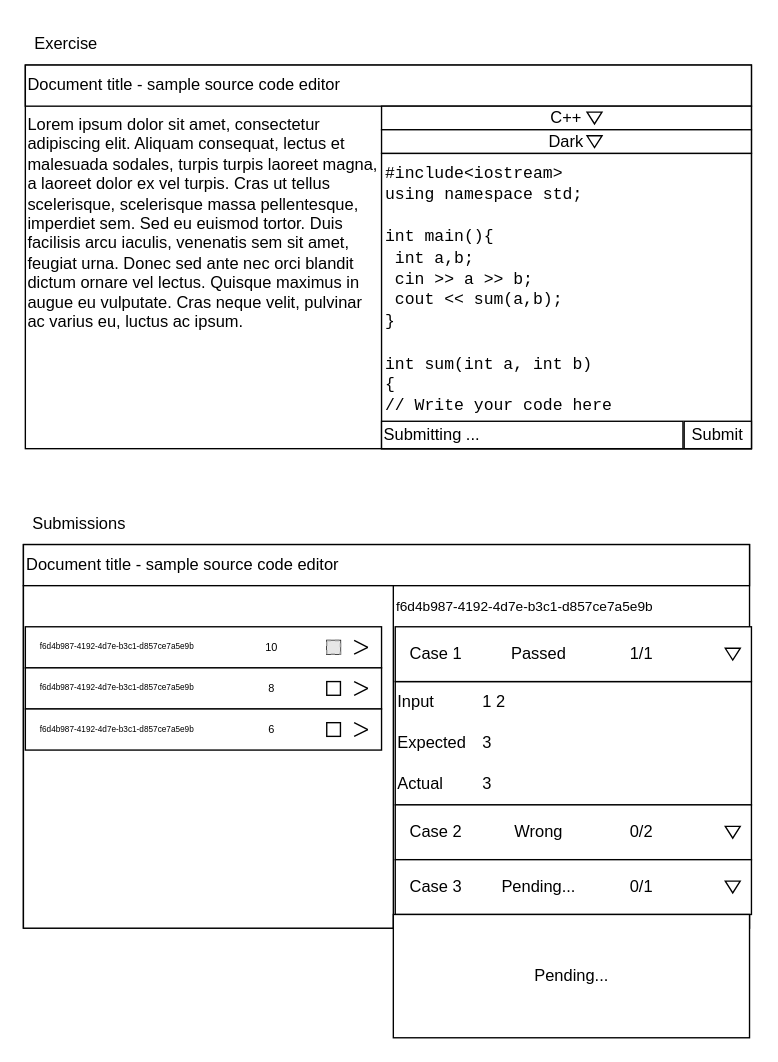
Earlier version of the draw.io diagram page "UI<DocumentExerciseForStudent>" (18 of 19) of docs/Diagrams.drawio (PhungThanhTu/pcode). Source tidied: cells renumbered, new cells numbered last; positions are measured from the earlier drawing's top-left corner, leaving out a move shared by most shapes. Both pictures are drawn from the tidied source at 137%, with x=0, y=0 at pixel (23, 23). Pictures stored in the file or linked from it are replaced by grey dashed boxes.
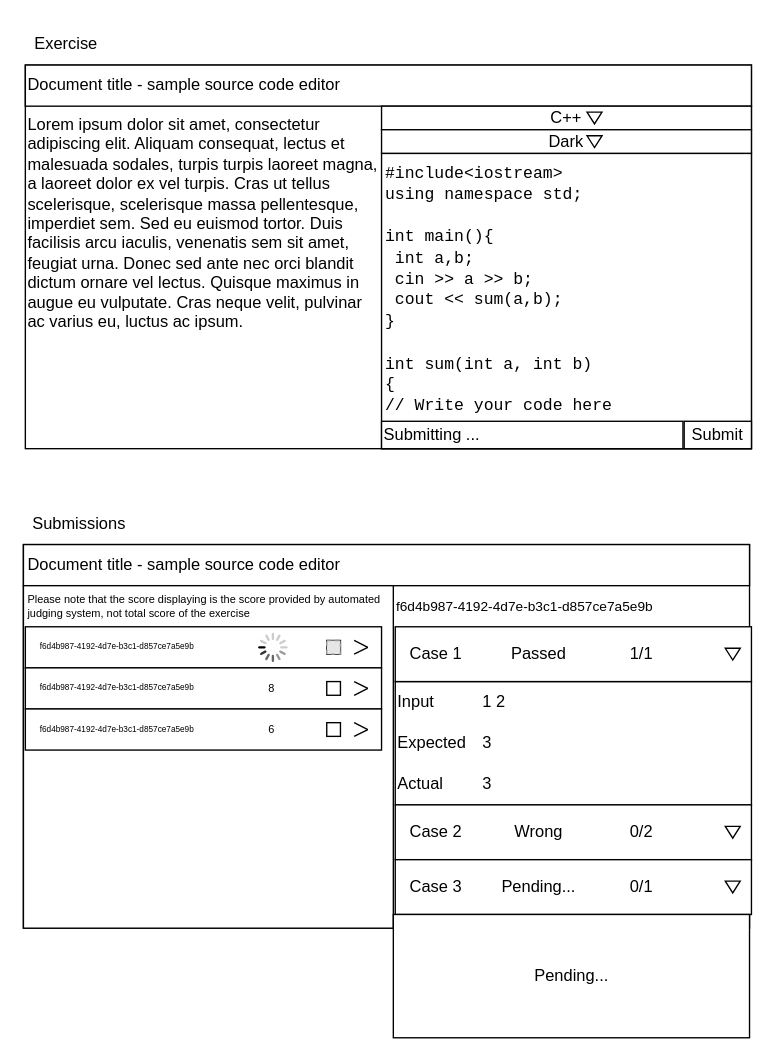
The same diagram, later.

Unchanged cells that the change refers to:
```xml
<mxCell id="15" style="group;" parent="1" vertex="1">
  <mxGeometry x="-0.4" y="350" width="531.4" height="390" as="geometry" />
</mxCell>
<mxCell id="22" style="group;" parent="21" vertex="1">
  <mxGeometry width="260" height="30" as="geometry" />
</mxCell>
```

What changed in the source:
```diff
@@
     <mxCell id="18" value="Document title - sample source code editor" style="text;html=1;strokeColor=none;fillColor=none;align=left;verticalAlign=middle;whiteSpace=wrap;rounded=0;" parent="15" vertex="1">
-      <mxGeometry y="30" width="530" height="30" as="geometry" />
+      <mxGeometry x="1.4" y="30" width="530" height="30" as="geometry" />
     </mxCell>
@@
-    <mxCell id="26" value="10" style="text;html=1;strokeColor=none;fillColor=none;align=center;verticalAlign=middle;whiteSpace=wrap;rounded=0;fontSize=8;" parent="22" vertex="1">
-      <mxGeometry x="150" width="60" height="30" as="geometry" />
-    </mxCell>
@@
+    <mxCell id="83" style="html=1;verticalLabelPosition=bottom;labelBackgroundColor=#ffffff;verticalAlign=top;shadow=0;dashed=0;strokeWidth=2;shape=mxgraph.ios7.misc.loading_circle;" parent="22" vertex="1">
+      <mxGeometry x="170" y="4.3" width="21.4" height="21.4" as="geometry" />
+    </mxCell>
@@
+    <mxCell id="84" value="Please note that the score displaying is the score provided by automated judging system, not total score of the exercise" style="text;html=1;strokeColor=none;fillColor=none;align=left;verticalAlign=middle;whiteSpace=wrap;rounded=0;fontSize=8;" parent="15" vertex="1">
+      <mxGeometry x="1.4" y="60" width="268.6" height="30" as="geometry" />
+    </mxCell>
```
